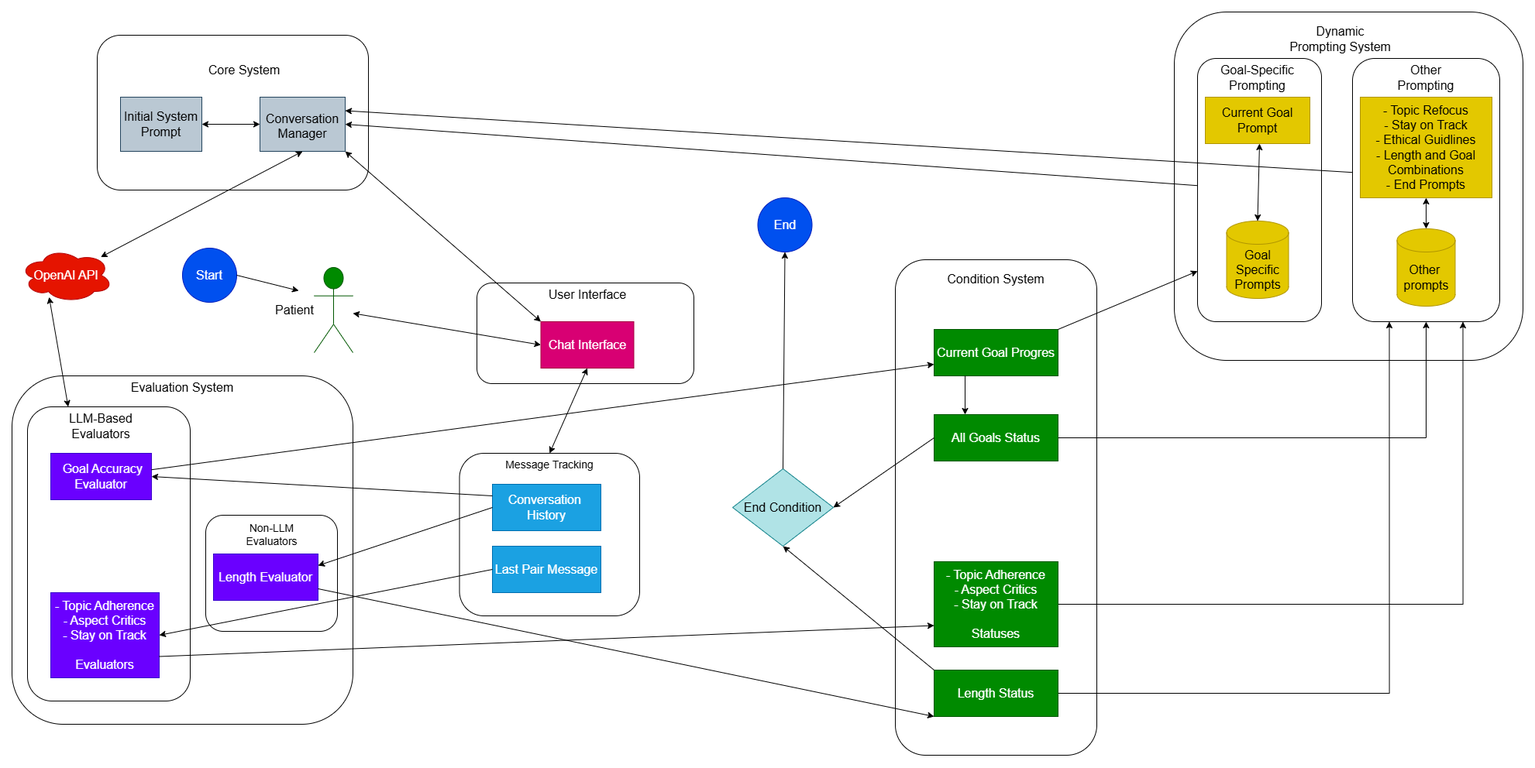
Above: Draw io/Detailed.png in ArmanGhafarnia/Sleep-Therapy (draw.io), before the change. Source tidied: cells renumbered, new cells last; positions are measured from the earlier drawing's top-left corner, leaving out a move shared by most shapes.
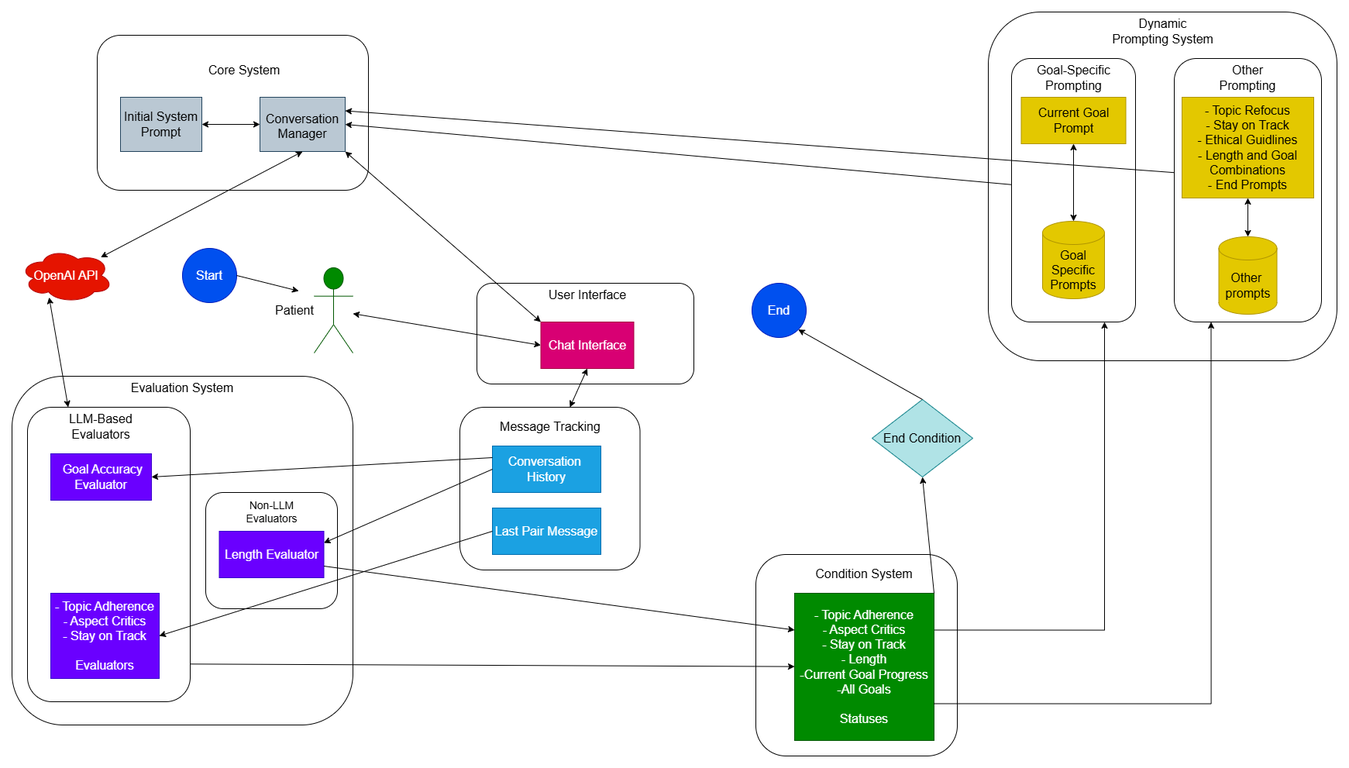
Later version of the same file.

Change to the diagram source:
```diff
@@ -27,10 +27,10 @@
       <mxGeometry x="20" y="510" width="210" height="380" as="geometry" />
     </mxCell>
     <mxCell id="10" style="rounded=1;whiteSpace=wrap;html=1;fillColor=none;" parent="1" vertex="1">
-      <mxGeometry x="250" y="650" width="170" height="150" as="geometry" />
+      <mxGeometry x="250" y="620" width="170" height="150" as="geometry" />
     </mxCell>
     <mxCell id="11" value="&lt;font style=&quot;font-size: 16px;&quot;&gt;Length Evaluator&lt;/font&gt;" style="rounded=0;whiteSpace=wrap;html=1;fillColor=#6a00ff;fontColor=#ffffff;strokeColor=#3700CC;" parent="1" vertex="1">
-      <mxGeometry x="260" y="700" width="135" height="60" as="geometry" />
+      <mxGeometry x="267.5" y="670" width="135" height="60" as="geometry" />
     </mxCell>
     <mxCell id="12" value="&lt;font style=&quot;font-size: 16px;&quot;&gt;&amp;nbsp;Goal Accuracy&lt;/font&gt;&lt;div&gt;&lt;font style=&quot;font-size: 16px;&quot;&gt;Evaluator&lt;/font&gt;&lt;/div&gt;" style="rounded=0;whiteSpace=wrap;html=1;fillColor=#6a00ff;fontColor=#ffffff;strokeColor=#3700CC;" parent="1" vertex="1">
       <mxGeometry x="50" y="570" width="130" height="60" as="geometry" />
@@ -42,7 +42,7 @@
       <mxGeometry x="70" y="520" width="90" height="30" as="geometry" />
     </mxCell>
     <mxCell id="15" value="&lt;font style=&quot;font-size: 14px;&quot;&gt;Non-LLM Evaluators&lt;/font&gt;" style="text;html=1;align=center;verticalAlign=middle;whiteSpace=wrap;rounded=0;" parent="1" vertex="1">
-      <mxGeometry x="297.5" y="660" width="75" height="30" as="geometry" />
+      <mxGeometry x="297.5" y="630" width="75" height="30" as="geometry" />
     </mxCell>
     <mxCell id="16" value="&lt;div&gt;&lt;br&gt;&lt;/div&gt;" style="shape=umlActor;verticalLabelPosition=bottom;verticalAlign=top;html=1;outlineConnect=0;fillColor=#008a00;strokeColor=#005700;strokeWidth=1;fontColor=#ffffff;" parent="1" vertex="1">
       <mxGeometry x="390" y="330" width="50" height="110" as="geometry" />
@@ -57,70 +57,58 @@
       <mxGeometry x="682.5" y="400" width="120" height="60" as="geometry" />
     </mxCell>
     <mxCell id="20" style="rounded=1;whiteSpace=wrap;html=1;fillColor=none;" parent="1" vertex="1">
-      <mxGeometry x="577.5" y="570" width="232.5" height="210" as="geometry" />
+      <mxGeometry x="578" y="510" width="232.5" height="210" as="geometry" />
     </mxCell>
     <mxCell id="21" value="&lt;font style=&quot;font-size: 16px;&quot;&gt;Conversation&amp;nbsp;&lt;/font&gt;&lt;div&gt;&lt;font style=&quot;font-size: 16px;&quot;&gt;History&lt;/font&gt;&lt;/div&gt;" style="rounded=0;whiteSpace=wrap;html=1;fillColor=#1ba1e2;fontColor=#ffffff;strokeColor=#006EAF;" parent="1" vertex="1">
-      <mxGeometry x="620" y="610" width="140" height="60" as="geometry" />
+      <mxGeometry x="620" y="560" width="140" height="60" as="geometry" />
     </mxCell>
     <mxCell id="22" value="&lt;font style=&quot;font-size: 16px;&quot;&gt;Last Pair Message&lt;/font&gt;" style="rounded=0;whiteSpace=wrap;html=1;fillColor=#1ba1e2;fontColor=#ffffff;strokeColor=#006EAF;" parent="1" vertex="1">
-      <mxGeometry x="620" y="690" width="140" height="60" as="geometry" />
+      <mxGeometry x="620" y="640" width="140" height="60" as="geometry" />
     </mxCell>
-    <mxCell id="23" value="&lt;font style=&quot;font-size: 14px;&quot;&gt;Message Tracking&lt;/font&gt;" style="text;html=1;align=center;verticalAlign=middle;whiteSpace=wrap;rounded=0;" parent="1" vertex="1">
-      <mxGeometry x="625" y="570" width="137.5" height="30" as="geometry" />
+    <mxCell id="23" value="&lt;font style=&quot;font-size: 16px;&quot;&gt;Message Tracking&lt;/font&gt;" style="text;html=1;align=center;verticalAlign=middle;whiteSpace=wrap;rounded=0;" parent="1" vertex="1">
+      <mxGeometry x="625.5" y="520" width="137.5" height="30" as="geometry" />
     </mxCell>
     <mxCell id="24" style="rounded=1;whiteSpace=wrap;html=1;fillColor=none;" parent="1" vertex="1">
-      <mxGeometry x="1140" y="320" width="260" height="640" as="geometry" />
+      <mxGeometry x="960" y="700" width="260" height="260" as="geometry" />
     </mxCell>
     <mxCell id="25" style="rounded=1;whiteSpace=wrap;html=1;fillColor=none;" parent="1" vertex="1">
-      <mxGeometry x="1500" width="450" height="450" as="geometry" />
+      <mxGeometry x="1260" width="450" height="450" as="geometry" />
     </mxCell>
     <mxCell id="26" value="&lt;font style=&quot;font-size: 16px;&quot;&gt;End&lt;/font&gt;" style="ellipse;whiteSpace=wrap;html=1;fillColor=#0050ef;strokeColor=#001DBC;fontColor=#ffffff;" parent="1" vertex="1">
-      <mxGeometry x="962.5" y="240" width="70" height="70" as="geometry" />
+      <mxGeometry x="955" y="350" width="70" height="70" as="geometry" />
     </mxCell>
     <mxCell id="27" value="&lt;font style=&quot;font-size: 16px;&quot;&gt;Condition System&lt;/font&gt;" style="text;html=1;align=center;verticalAlign=middle;whiteSpace=wrap;rounded=0;" parent="1" vertex="1">
-      <mxGeometry x="1205" y="330" width="130" height="30" as="geometry" />
+      <mxGeometry x="1035" y="710" width="130" height="30" as="geometry" />
     </mxCell>
     <mxCell id="28" value="&lt;font style=&quot;font-size: 16px;&quot;&gt;Dynamic Prompting System&lt;/font&gt;" style="text;html=1;align=center;verticalAlign=middle;whiteSpace=wrap;rounded=0;" parent="1" vertex="1">
-      <mxGeometry x="1647.5" y="20" width="132.5" height="30" as="geometry" />
+      <mxGeometry x="1418.8" y="10" width="132.5" height="30" as="geometry" />
     </mxCell>
-    <mxCell id="29" value="&lt;font style=&quot;font-size: 16px;&quot;&gt;Current Goal Progres&lt;/font&gt;" style="rounded=0;whiteSpace=wrap;html=1;fillColor=#008a00;fontColor=#ffffff;strokeColor=#005700;" parent="1" vertex="1">
-      <mxGeometry x="1190" y="410" width="160" height="60" as="geometry" />
-    </mxCell>
-    <mxCell id="30" style="edgeStyle=orthogonalEdgeStyle;rounded=0;jettySize=auto;html=1;entryX=0.5;entryY=1;entryDx=0;entryDy=0;" parent="1" edge="1" source="31" target="37">
-      <mxGeometry relative="1" as="geometry" />
-    </mxCell>
-    <mxCell id="31" value="&lt;font style=&quot;font-size: 16px;&quot;&gt;All Goals Status&lt;/font&gt;" style="rounded=0;whiteSpace=wrap;html=1;fillColor=#008a00;fontColor=#ffffff;strokeColor=#005700;" parent="1" vertex="1">
-      <mxGeometry x="1190" y="520" width="160" height="60" as="geometry" />
-    </mxCell>
-    <mxCell id="32" style="edgeStyle=orthogonalEdgeStyle;rounded=0;jettySize=auto;html=1;entryX=0.75;entryY=1;entryDx=0;entryDy=0;" parent="1" edge="1" source="33" target="37">
-      <mxGeometry relative="1" as="geometry" />
-    </mxCell>
+    <mxCell id="70" style="edgeStyle=orthogonalEdgeStyle;rounded=0;jettySize=auto;html=1;exitX=1;exitY=0.25;exitDx=0;exitDy=0;entryX=0.75;entryY=1;entryDx=0;entryDy=0;" parent="1" edge="1" source="33" target="36">
+      <mxGeometry relative="1" as="geometry" />
+    </mxCell>
-    <mxCell id="33" value="&lt;font style=&quot;font-size: 16px;&quot;&gt;- Topic Adherence&lt;br&gt;- Aspect Critics&lt;/font&gt;&lt;div&gt;&lt;font style=&quot;font-size: 16px;&quot;&gt;- Stay on Track&lt;/font&gt;&lt;/div&gt;&lt;div&gt;&lt;font style=&quot;font-size: 16px;&quot;&gt;&lt;br&gt;&lt;/font&gt;&lt;/div&gt;&lt;div&gt;&lt;font style=&quot;font-size: 16px;&quot;&gt;Statuses&lt;/font&gt;&lt;/div&gt;" style="rounded=0;whiteSpace=wrap;html=1;fillColor=#008a00;fontColor=#ffffff;strokeColor=#005700;" parent="1" vertex="1">
-      <mxGeometry x="1190" y="710" width="160" height="110" as="geometry" />
+    <mxCell id="33" value="&lt;font style=&quot;font-size: 16px;&quot;&gt;- Topic Adherence&lt;br&gt;- Aspect Critics&lt;/font&gt;&lt;div&gt;&lt;font style=&quot;font-size: 16px;&quot;&gt;- Stay on Track&lt;br&gt;- Length&lt;br&gt;-Current Goal Progress&lt;br&gt;-All Goals&lt;/font&gt;&lt;/div&gt;&lt;div&gt;&lt;font style=&quot;font-size: 16px;&quot;&gt;&lt;br&gt;&lt;/font&gt;&lt;/div&gt;&lt;div&gt;&lt;font style=&quot;font-size: 16px;&quot;&gt;Statuses&lt;/font&gt;&lt;/div&gt;" style="rounded=0;whiteSpace=wrap;html=1;fillColor=#008a00;fontColor=#ffffff;strokeColor=#005700;" parent="1" vertex="1">
+      <mxGeometry x="1010" y="750" width="180" height="190" as="geometry" />
     </mxCell>
-    <mxCell id="34" style="edgeStyle=orthogonalEdgeStyle;rounded=0;jettySize=auto;html=1;entryX=0.25;entryY=1;entryDx=0;entryDy=0;" parent="1" edge="1" source="35" target="37">
+    <mxCell id="34" style="edgeStyle=orthogonalEdgeStyle;rounded=0;jettySize=auto;html=1;entryX=0.25;entryY=1;entryDx=0;entryDy=0;exitX=1;exitY=0.75;exitDx=0;exitDy=0;" parent="1" edge="1" source="33" target="37">
       <mxGeometry relative="1" as="geometry" />
     </mxCell>
-    <mxCell id="35" value="&lt;font style=&quot;font-size: 16px;&quot;&gt;Length Status&lt;/font&gt;" style="rounded=0;whiteSpace=wrap;html=1;fillColor=#008a00;fontColor=#ffffff;strokeColor=#005700;" parent="1" vertex="1">
-      <mxGeometry x="1190" y="850" width="160" height="60" as="geometry" />
-    </mxCell>
     <mxCell id="36" style="rounded=1;whiteSpace=wrap;html=1;fillColor=none;" parent="1" vertex="1">
-      <mxGeometry x="1530" y="60" width="160" height="340" as="geometry" />
+      <mxGeometry x="1290" y="60" width="160" height="340" as="geometry" />
     </mxCell>
     <mxCell id="37" style="rounded=1;whiteSpace=wrap;html=1;fillColor=none;" parent="1" vertex="1">
-      <mxGeometry x="1730" y="60" width="190" height="340" as="geometry" />
+      <mxGeometry x="1500" y="60" width="190" height="340" as="geometry" />
     </mxCell>
     <mxCell id="38" value="&lt;font style=&quot;font-size: 16px;&quot;&gt;Goal-Specific Prompting&lt;/font&gt;" style="text;html=1;align=center;verticalAlign=middle;whiteSpace=wrap;rounded=0;" parent="1" vertex="1">
-      <mxGeometry x="1555" y="70" width="105" height="30" as="geometry" />
+      <mxGeometry x="1317.5" y="70" width="105" height="30" as="geometry" />
     </mxCell>
     <mxCell id="39" value="&lt;font style=&quot;font-size: 16px;&quot;&gt;Other Prompting&lt;/font&gt;" style="text;html=1;align=center;verticalAlign=middle;whiteSpace=wrap;rounded=0;" parent="1" vertex="1">
-      <mxGeometry x="1785" y="70" width="80" height="30" as="geometry" />
+      <mxGeometry x="1555" y="70" width="80" height="30" as="geometry" />
     </mxCell>
     <mxCell id="40" value="&lt;font style=&quot;font-size: 16px;&quot;&gt;Current Goal Prompt&lt;/font&gt;" style="rounded=0;whiteSpace=wrap;html=1;fillColor=#e3c800;fontColor=#000000;strokeColor=#B09500;" parent="1" vertex="1">
-      <mxGeometry x="1540" y="110" width="135" height="60" as="geometry" />
+      <mxGeometry x="1302.5" y="110" width="135" height="60" as="geometry" />
     </mxCell>
     <mxCell id="41" value="&lt;font style=&quot;font-size: 16px;&quot;&gt;- Topic Refocus&lt;/font&gt;&lt;div&gt;&lt;font style=&quot;font-size: 16px;&quot;&gt;- Stay on Track&lt;/font&gt;&lt;/div&gt;&lt;div&gt;&lt;font style=&quot;font-size: 16px;&quot;&gt;- Ethical Guidlines&lt;/font&gt;&lt;/div&gt;&lt;div&gt;&lt;font style=&quot;font-size: 16px;&quot;&gt;- Length and Goal Combinations&lt;/font&gt;&lt;/div&gt;&lt;div&gt;&lt;font style=&quot;font-size: 16px;&quot;&gt;- End Prompts&lt;/font&gt;&lt;/div&gt;" style="rounded=0;whiteSpace=wrap;html=1;fillColor=#e3c800;fontColor=#000000;strokeColor=#B09500;" parent="1" vertex="1">
-      <mxGeometry x="1740" y="110" width="170" height="130" as="geometry" />
+      <mxGeometry x="1510" y="110" width="170" height="130" as="geometry" />
     </mxCell>
     <mxCell id="42" value="&lt;font style=&quot;font-size: 16px;&quot;&gt;Evaluation System&lt;/font&gt;" style="text;html=1;align=center;verticalAlign=middle;whiteSpace=wrap;rounded=0;" parent="1" vertex="1">
       <mxGeometry x="150" y="470" width="140" height="30" as="geometry" />
@@ -137,39 +125,18 @@
     <mxCell id="46" style="endArrow=classic;html=1;rounded=0;exitX=0;exitY=0.5;exitDx=0;exitDy=0;entryX=1;entryY=0.25;entryDx=0;entryDy=0;" parent="1" edge="1" source="21" target="11">
       <mxGeometry relative="1" as="geometry" />
     </mxCell>
-    <mxCell id="47" style="endArrow=classic;html=1;rounded=0;entryX=0;entryY=0.75;entryDx=0;entryDy=0;" parent="1" edge="1" source="12" target="29">
-      <mxGeometry relative="1" as="geometry" />
-    </mxCell>
     <mxCell id="48" style="endArrow=classic;html=1;rounded=0;entryX=1;entryY=0.5;entryDx=0;entryDy=0;exitX=0;exitY=0.25;exitDx=0;exitDy=0;" parent="1" edge="1" source="21" target="12">
       <mxGeometry relative="1" as="geometry" />
     </mxCell>
     <mxCell id="49" style="endArrow=classic;html=1;rounded=0;entryX=1;entryY=0.5;entryDx=0;entryDy=0;exitX=0;exitY=0.5;exitDx=0;exitDy=0;" parent="1" edge="1" source="22" target="13">
       <mxGeometry relative="1" as="geometry" />
     </mxCell>
-    <mxCell id="50" style="endArrow=classic;html=1;rounded=0;exitX=1;exitY=0.75;exitDx=0;exitDy=0;entryX=0;entryY=0.75;entryDx=0;entryDy=0;" parent="1" edge="1" source="13" target="33">
-      <mxGeometry relative="1" as="geometry" />
-    </mxCell>
-    <mxCell id="51" style="endArrow=classic;html=1;rounded=0;exitX=1;exitY=0.75;exitDx=0;exitDy=0;entryX=0;entryY=1;entryDx=0;entryDy=0;" parent="1" edge="1" source="11" target="35">
-      <mxGeometry relative="1" as="geometry" />
-    </mxCell>
     <mxCell id="52" style="endArrow=classic;startArrow=classic;html=1;rounded=0;entryX=1;entryY=1;entryDx=0;entryDy=0;exitX=0;exitY=0;exitDx=0;exitDy=0;" parent="1" edge="1" source="19" target="6">
       <mxGeometry relative="1" as="geometry" />
     </mxCell>
-    <mxCell id="53" style="endArrow=classic;html=1;rounded=0;entryX=0.25;entryY=0;entryDx=0;entryDy=0;exitX=0.25;exitY=1;exitDx=0;exitDy=0;" parent="1" edge="1" source="29" target="31">
-      <mxGeometry relative="1" as="geometry" />
-    </mxCell>
     <mxCell id="54" value="&lt;font style=&quot;font-size: 16px;&quot;&gt;End Condition&lt;/font&gt;" style="rhombus;whiteSpace=wrap;html=1;fillColor=#b0e3e6;strokeColor=#0e8088;" parent="1" vertex="1">
-      <mxGeometry x="930" y="590" width="130" height="100" as="geometry" />
+      <mxGeometry x="1110" y="500" width="130" height="100" as="geometry" />
     </mxCell>
-    <mxCell id="55" style="endArrow=classic;html=1;rounded=0;exitX=0;exitY=0.5;exitDx=0;exitDy=0;entryX=1;entryY=0.5;entryDx=0;entryDy=0;" parent="1" edge="1" source="31" target="54">
-      <mxGeometry relative="1" as="geometry" />
-    </mxCell>
-    <mxCell id="56" style="endArrow=classic;html=1;rounded=0;exitX=0;exitY=0;exitDx=0;exitDy=0;entryX=0.5;entryY=1;entryDx=0;entryDy=0;" parent="1" edge="1" source="35" target="54">
-      <mxGeometry relative="1" as="geometry" />
-    </mxCell>
-    <mxCell id="57" style="endArrow=classic;html=1;rounded=0;exitX=1;exitY=0;exitDx=0;exitDy=0;entryX=0;entryY=0.808;entryDx=0;entryDy=0;entryPerimeter=0;" parent="1" edge="1" source="29" target="36">
-      <mxGeometry relative="1" as="geometry" />
-    </mxCell>
     <mxCell id="58" style="endArrow=classic;html=1;rounded=0;entryX=1;entryY=0.5;entryDx=0;entryDy=0;" parent="1" edge="1" source="36" target="6">
       <mxGeometry relative="1" as="geometry" />
     </mxCell>
@@ -182,16 +149,14 @@
     <mxCell id="61" style="edgeStyle=orthogonalEdgeStyle;rounded=0;orthogonalLoop=1;jettySize=auto;html=1;exitX=0.5;exitY=1;exitDx=0;exitDy=0;" parent="1" edge="1" source="38" target="38">
       <mxGeometry relative="1" as="geometry" />
     </mxCell>
-    <mxCell id="62" style="endArrow=classic;startArrow=classic;html=1;rounded=0;exitX=0.5;exitY=0;exitDx=0;exitDy=0;exitPerimeter=0;" parent="1" edge="1" source="63">
-      <mxGeometry relative="1" as="geometry">
-        <mxPoint x="1610" y="170" as="targetPoint" />
-      </mxGeometry>
+    <mxCell id="62" style="endArrow=classic;startArrow=classic;html=1;rounded=0;exitX=0.5;exitY=0;exitDx=0;exitDy=0;exitPerimeter=0;entryX=0.5;entryY=1;entryDx=0;entryDy=0;" parent="1" edge="1" source="63" target="40">
+      <mxGeometry relative="1" as="geometry" />
     </mxCell>
     <mxCell id="63" value="&lt;font style=&quot;font-size: 16px;&quot;&gt;Goal Specific Prompts&lt;/font&gt;" style="shape=cylinder3;whiteSpace=wrap;html=1;boundedLbl=1;backgroundOutline=1;size=15;fillColor=#e3c800;fontColor=#000000;strokeColor=#B09500;" parent="1" vertex="1">
-      <mxGeometry x="1567.5" y="270" width="80" height="100" as="geometry" />
+      <mxGeometry x="1330" y="270" width="80" height="100" as="geometry" />
     </mxCell>
     <mxCell id="64" value="&lt;font style=&quot;font-size: 16px;&quot;&gt;Other&amp;nbsp; prompts&lt;/font&gt;" style="shape=cylinder3;whiteSpace=wrap;html=1;boundedLbl=1;backgroundOutline=1;size=15;fillColor=#e3c800;fontColor=#000000;strokeColor=#B09500;" parent="1" vertex="1">
-      <mxGeometry x="1787.5" y="280" width="75" height="100" as="geometry" />
+      <mxGeometry x="1557.5" y="290" width="75" height="100" as="geometry" />
     </mxCell>
     <mxCell id="65" style="endArrow=classic;startArrow=classic;html=1;rounded=0;exitX=0.5;exitY=0;exitDx=0;exitDy=0;exitPerimeter=0;entryX=0.5;entryY=1;entryDx=0;entryDy=0;" parent="1" edge="1" source="64" target="41">
       <mxGeometry relative="1" as="geometry" />
@@ -204,11 +169,22 @@
     <mxCell id="67" style="endArrow=classic;startArrow=classic;html=1;rounded=0;exitX=1;exitY=0.5;exitDx=0;exitDy=0;entryX=0;entryY=0.5;entryDx=0;entryDy=0;" parent="1" edge="1" source="5" target="6">
       <mxGeometry relative="1" as="geometry" />
     </mxCell>
-    <mxCell id="68" style="endArrow=classic;html=1;rounded=0;exitX=0.5;exitY=0;exitDx=0;exitDy=0;entryX=0.5;entryY=1;entryDx=0;entryDy=0;" parent="1" edge="1" source="54" target="26">
+    <mxCell id="68" style="endArrow=classic;html=1;rounded=0;exitX=0.5;exitY=0;exitDx=0;exitDy=0;entryX=1;entryY=1;entryDx=0;entryDy=0;" parent="1" edge="1" source="54" target="26">
       <mxGeometry relative="1" as="geometry" />
     </mxCell>
-    <mxCell id="69" style="endArrow=classic;startArrow=classic;html=1;rounded=0;exitX=0.5;exitY=0;exitDx=0;exitDy=0;entryX=0.5;entryY=1;entryDx=0;entryDy=0;" parent="1" edge="1" source="23" target="19">
-      <mxGeometry relative="1" as="geometry" />
+    <mxCell id="69" style="endArrow=classic;startArrow=classic;html=1;rounded=0;entryX=0.5;entryY=1;entryDx=0;entryDy=0;" parent="1" edge="1" target="19">
+      <mxGeometry relative="1" as="geometry">
+        <mxPoint x="720" y="510" as="sourcePoint" />
+      </mxGeometry>
     </mxCell>
+    <mxCell id="71" style="endArrow=classic;html=1;rounded=0;exitX=1;exitY=0.872;exitDx=0;exitDy=0;exitPerimeter=0;" parent="1" edge="1" source="9" target="33">
+      <mxGeometry relative="1" as="geometry" />
+    </mxCell>
+    <mxCell id="72" style="endArrow=classic;html=1;rounded=0;entryX=0;entryY=0.25;entryDx=0;entryDy=0;exitX=1;exitY=0.75;exitDx=0;exitDy=0;" parent="1" edge="1" source="11" target="33">
+      <mxGeometry relative="1" as="geometry" />
+    </mxCell>
+    <mxCell id="73" style="endArrow=classic;html=1;rounded=0;exitX=1;exitY=0;exitDx=0;exitDy=0;entryX=0.5;entryY=1;entryDx=0;entryDy=0;" parent="1" edge="1" source="33" target="54">
+      <mxGeometry relative="1" as="geometry" />
+    </mxCell>
   </root>
 </mxGraphModel>
```
